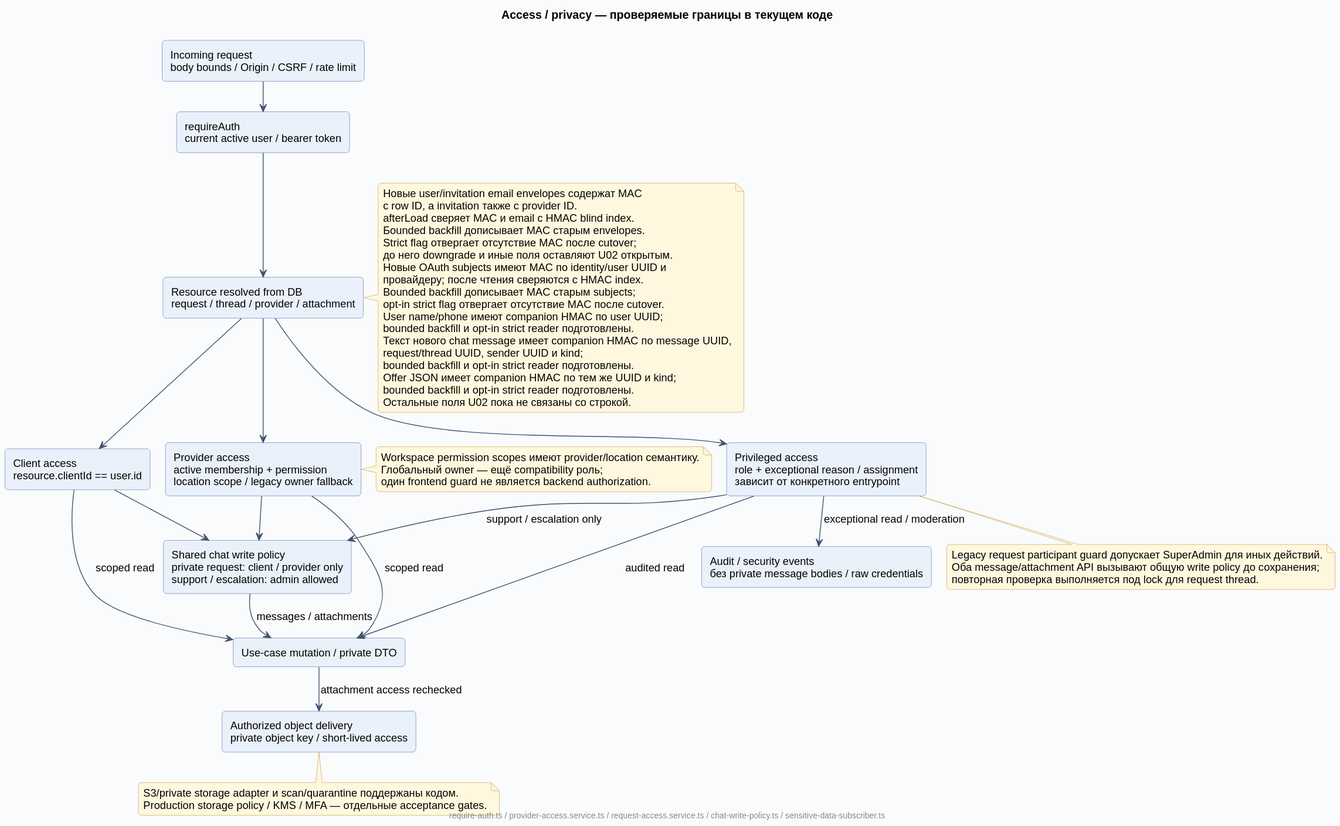
Before: docs/diagrams/rendered/09-access-privacy.svg, a diagram exported from PlantUML (Dima163163/auto-care-hub).
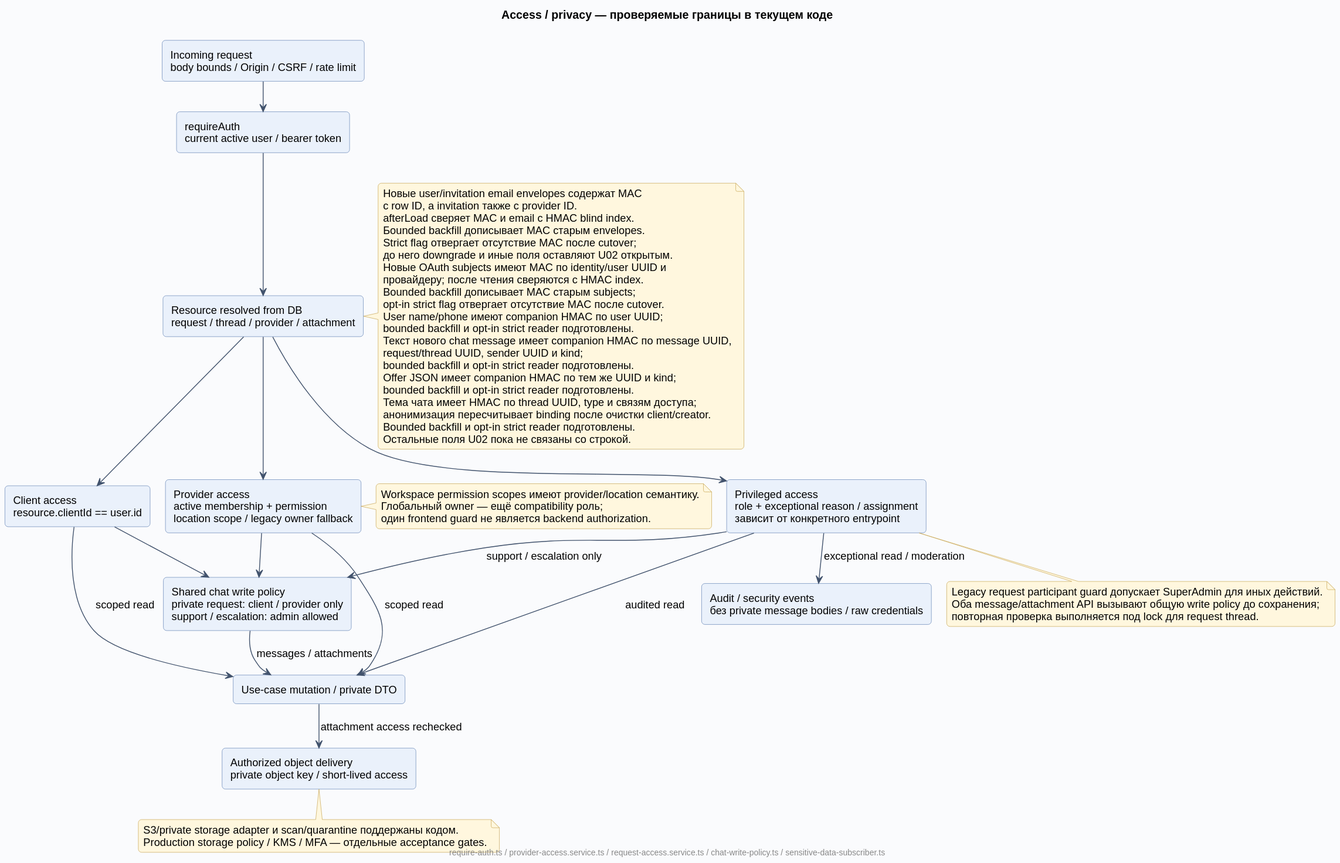
After the change.

The edit, as a diff of the source:
```diff
@@ -49,6 +49,9 @@
   bounded backfill и opt-in strict reader подготовлены.
   Offer JSON имеет companion HMAC по тем же UUID и kind;
   bounded backfill и opt-in strict reader подготовлены.
+  Тема чата имеет HMAC по thread UUID, type и связям доступа;
+  анонимизация пересчитывает binding после очистки client/creator.
+  Bounded backfill и opt-in strict reader подготовлены.
   Остальные поля U02 пока не связаны со строкой.
 end note
 note bottom of Admin
```
